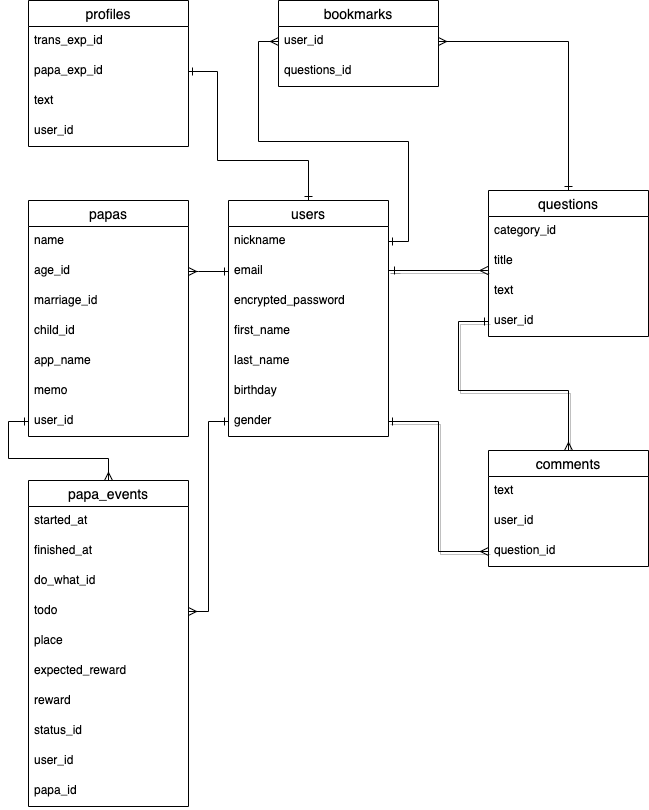
This is ER.drawio.png from Chukoto/wyvez-test, a draw.io export, as it was before one commit. Source tidied: cells renumbered, new cells last; positions are measured from the earlier drawing's top-left corner, leaving out a move shared by most shapes.
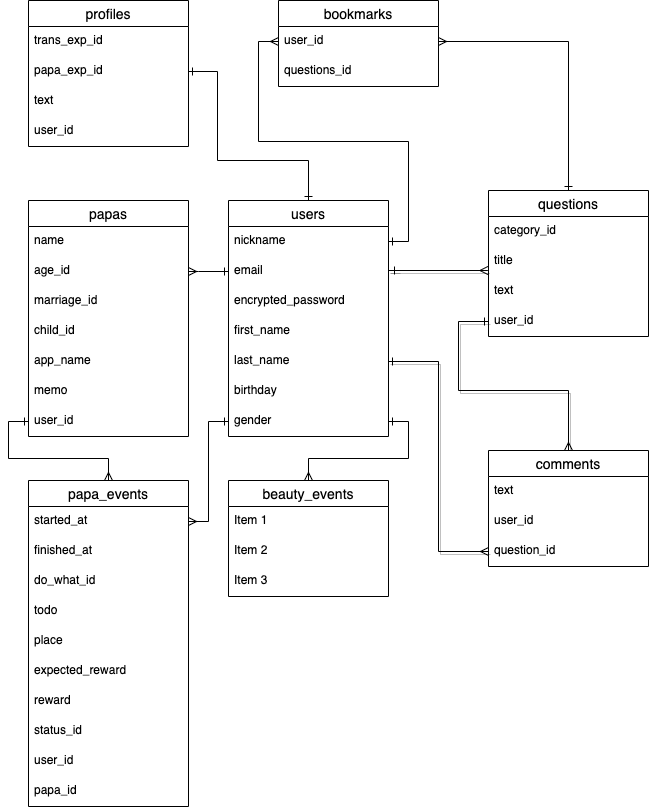
After the change.

The edit, as a diff of the source:
```diff
@@ -19,7 +19,7 @@
         </Array>
       </mxGeometry>
     </mxCell>
-    <mxCell id="4" style="edgeStyle=orthogonalEdgeStyle;rounded=0;jettySize=auto;html=1;exitX=1;exitY=0.5;exitDx=0;exitDy=0;entryX=0;entryY=0.5;entryDx=0;entryDy=0;shadow=1;endArrow=ERmany;endFill=0;startArrow=ERone;startFill=0;" parent="1" edge="1" source="32" target="24">
+    <mxCell id="4" style="edgeStyle=orthogonalEdgeStyle;rounded=0;jettySize=auto;html=1;exitX=1;exitY=0.5;exitDx=0;exitDy=0;entryX=0;entryY=0.5;entryDx=0;entryDy=0;shadow=1;endArrow=ERmany;endFill=0;startArrow=ERone;startFill=0;" parent="1" edge="1" source="30" target="24">
       <mxGeometry relative="1" as="geometry" />
     </mxCell>
     <mxCell id="5" style="edgeStyle=orthogonalEdgeStyle;rounded=0;jettySize=auto;html=1;exitX=1;exitY=0.5;exitDx=0;exitDy=0;entryX=0;entryY=0.5;entryDx=0;entryDy=0;startArrow=ERone;startFill=0;endArrow=ERmany;endFill=0;" parent="1" edge="1" source="26" target="8">
@@ -185,13 +185,28 @@
     <mxCell id="53" value="papa_id" style="text;strokeColor=none;fillColor=none;spacingLeft=4;spacingRight=4;overflow=hidden;fontSize=12;" parent="43" vertex="1">
       <mxGeometry y="296" width="160" height="30" as="geometry" />
     </mxCell>
-    <mxCell id="54" style="edgeStyle=orthogonalEdgeStyle;rounded=0;jettySize=auto;html=1;entryX=0;entryY=0.5;entryDx=0;entryDy=0;endArrow=ERone;endFill=0;startArrow=ERmany;startFill=0;exitX=1;exitY=0.5;exitDx=0;exitDy=0;" parent="1" edge="1" source="47" target="32">
+    <mxCell id="54" style="edgeStyle=orthogonalEdgeStyle;rounded=0;jettySize=auto;html=1;entryX=0;entryY=0.5;entryDx=0;entryDy=0;endArrow=ERone;endFill=0;startArrow=ERmany;startFill=0;exitX=1;exitY=0.5;exitDx=0;exitDy=0;" parent="1" edge="1" source="44" target="32">
       <mxGeometry relative="1" as="geometry">
         <Array as="points">
-          <mxPoint x="180" y="611" />
+          <mxPoint x="180" y="521" />
           <mxPoint x="180" y="421" />
         </Array>
       </mxGeometry>
     </mxCell>
+    <mxCell id="55" style="edgeStyle=orthogonalEdgeStyle;rounded=0;jettySize=auto;html=1;exitX=0.5;exitY=0;exitDx=0;exitDy=0;entryX=1;entryY=0.5;entryDx=0;entryDy=0;endArrow=ERone;endFill=0;startArrow=ERmany;startFill=0;" parent="1" edge="1" source="56" target="32">
+      <mxGeometry relative="1" as="geometry" />
+    </mxCell>
+    <mxCell id="56" value="beauty_events" style="swimlane;fontStyle=0;horizontal=1;startSize=26;align=center;fontSize=14;" parent="1" vertex="1">
+      <mxGeometry x="200" y="480" width="160" height="116" as="geometry" />
+    </mxCell>
+    <mxCell id="57" value="Item 1" style="text;strokeColor=none;fillColor=none;spacingLeft=4;spacingRight=4;overflow=hidden;fontSize=12;" parent="56" vertex="1">
+      <mxGeometry y="26" width="160" height="30" as="geometry" />
+    </mxCell>
+    <mxCell id="58" value="Item 2" style="text;strokeColor=none;fillColor=none;spacingLeft=4;spacingRight=4;overflow=hidden;fontSize=12;" parent="56" vertex="1">
+      <mxGeometry y="56" width="160" height="30" as="geometry" />
+    </mxCell>
+    <mxCell id="59" value="Item 3" style="text;strokeColor=none;fillColor=none;spacingLeft=4;spacingRight=4;overflow=hidden;fontSize=12;" parent="56" vertex="1">
+      <mxGeometry y="86" width="160" height="30" as="geometry" />
+    </mxCell>
   </root>
 </mxGraphModel>
```
